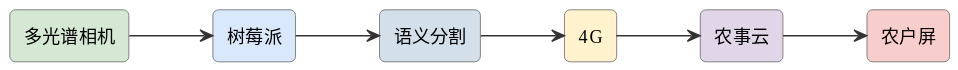
Before: assets/diagrams/ideas-fig23.svg, a diagram exported from PlantUML (mingyi0818/IntelligentMcuCourse). Source of this version:
```plantuml
@startuml
skinparam defaultFontName "Microsoft YaHei"
skinparam rectangleRoundCorner 8
skinparam rectangleBorderColor #555
skinparam rectangleFontSize 13
skinparam arrowFontSize 11
skinparam arrowColor #333
left to right direction
rectangle "多光谱相机" as cam #d5e8d4
rectangle "树莓派" as pi #dae8fc
rectangle "语义分割" as ai #d3e0ea
rectangle "4G" as g #fff2cc
rectangle "农事云" as cloud #e1d5e8
rectangle "农户屏" as scr #f8cecc
cam --> pi
pi --> ai
ai --> g
g --> cloud
cloud --> scr
@enduml
```
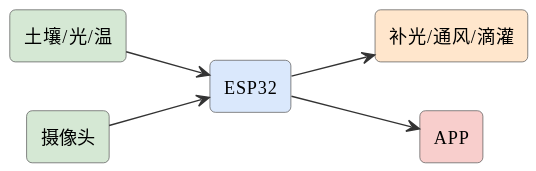
After the commit.

What changed in the source:
```diff
@@ -6,15 +6,13 @@
 skinparam arrowFontSize 11
 skinparam arrowColor #333
 left to right direction
-rectangle "多光谱相机" as cam #d5e8d4
-rectangle "树莓派" as pi #dae8fc
-rectangle "语义分割" as ai #d3e0ea
-rectangle "4G" as g #fff2cc
-rectangle "农事云" as cloud #e1d5e8
-rectangle "农户屏" as scr #f8cecc
-cam --> pi
-pi --> ai
-ai --> g
-g --> cloud
-cloud --> scr
+rectangle "土壤/光/温" as s #d5e8d4
+rectangle "ESP32" as esp #dae8fc
+rectangle "补光/通风/滴灌" as act #ffe6cc
+rectangle "摄像头" as cam #d5e8d4
+rectangle "APP" as app #f8cecc
+s --> esp
+esp --> act
+cam --> esp
+esp --> app
 @enduml
```
